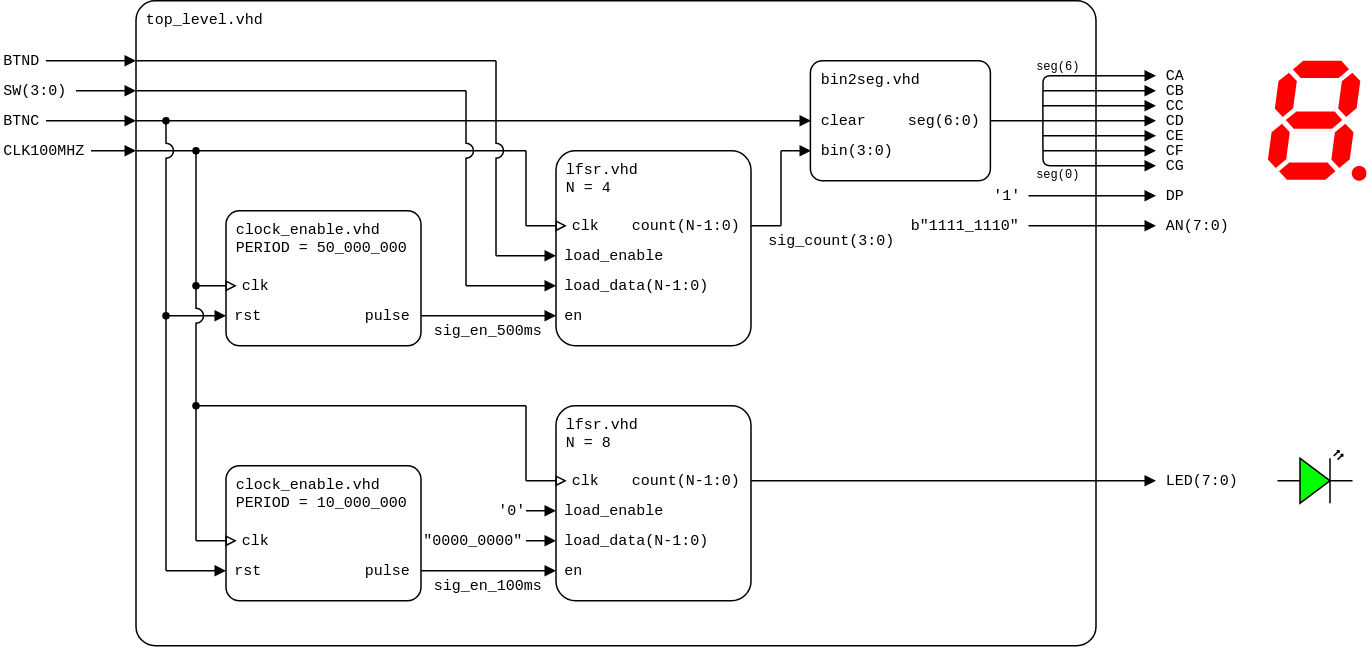
Above: lab6-lfsr/images/top-level_lfsr_n-bit_structure.png in tomas-fryza/vhdl-course (draw.io), before the change. Source tidied: cells renumbered, new cells last; positions are measured from the earlier drawing's top-left corner, leaving out a move shared by most shapes.
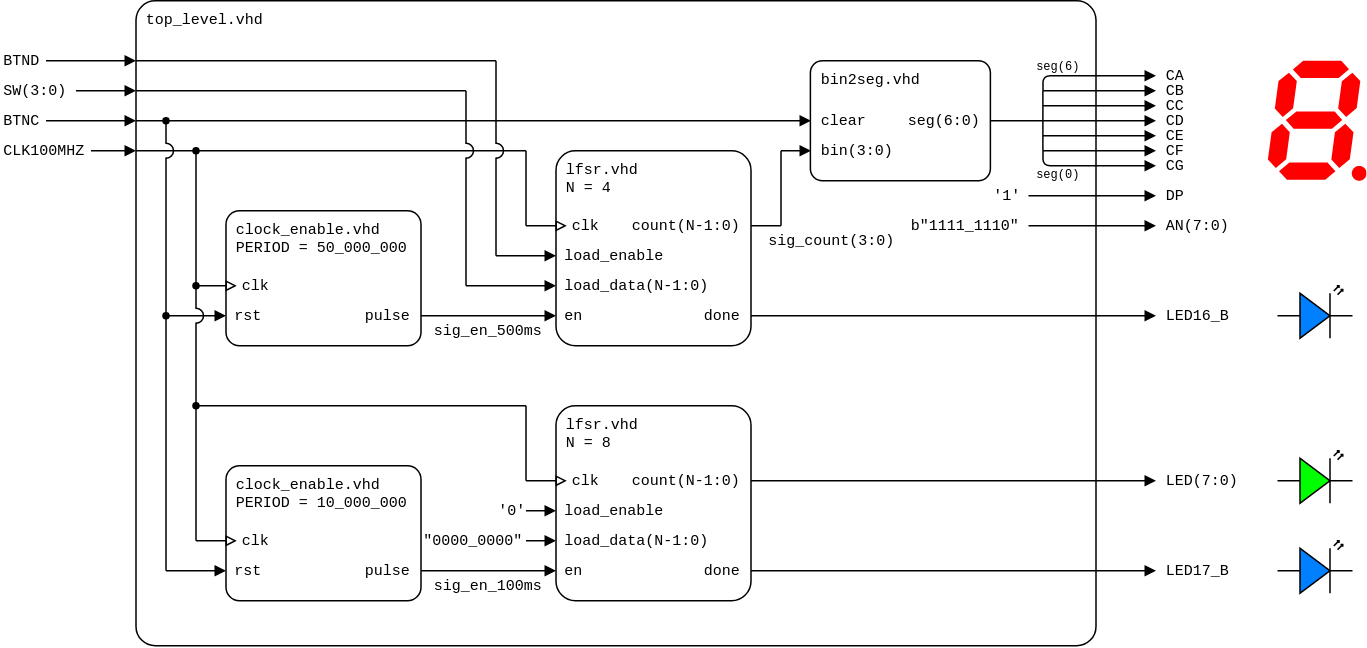
Above is the later version.

Commit message:
Done output added to top-level figures

What changed in the source:
```diff
@@ -471,5 +471,35 @@
     <mxCell id="105" value="&quot;0000_0000&quot;" style="text;html=1;align=left;verticalAlign=middle;whiteSpace=wrap;rounded=0;fontFamily=Courier New;fontSize=10;fillOpacity=100;spacing=2;spacingLeft=0;" parent="1" vertex="1">
       <mxGeometry x="280" y="350" width="70" height="20" as="geometry" />
     </mxCell>
+    <mxCell id="106" value="done" style="text;html=1;align=right;verticalAlign=middle;whiteSpace=wrap;rounded=0;fontFamily=Courier New;fontSize=10;fillOpacity=100;spacing=2;spacingRight=5;" parent="1" vertex="1">
+      <mxGeometry x="460" y="200" width="40" height="20" as="geometry" />
+    </mxCell>
+    <mxCell id="107" style="endArrow=block;html=1;rounded=0;endFill=1;orthogonal=1;endSize=5;startSize=5;" parent="1" edge="1">
+      <mxGeometry relative="1" as="geometry">
+        <mxPoint x="500" y="210" as="sourcePoint" />
+        <mxPoint x="770" y="210" as="targetPoint" />
+      </mxGeometry>
+    </mxCell>
+    <mxCell id="108" value="LED16_B" style="text;html=1;align=left;verticalAlign=middle;whiteSpace=wrap;rounded=0;fontFamily=Courier New;fontSize=10;fillOpacity=100;spacing=2;spacingLeft=5;" parent="1" vertex="1">
+      <mxGeometry x="770" y="200" width="70" height="20" as="geometry" />
+    </mxCell>
+    <mxCell id="109" style="verticalLabelPosition=bottom;shadow=0;dashed=0;align=center;html=1;verticalAlign=top;shape=mxgraph.electrical.opto_electronics.led_2;fillColor=#007FFF;" parent="1" vertex="1">
+      <mxGeometry x="851" y="190" width="50" height="35" as="geometry" />
+    </mxCell>
+    <mxCell id="110" value="done" style="text;html=1;align=right;verticalAlign=middle;whiteSpace=wrap;rounded=0;fontFamily=Courier New;fontSize=10;fillOpacity=100;spacing=2;spacingRight=5;" parent="1" vertex="1">
+      <mxGeometry x="460" y="370" width="40" height="20" as="geometry" />
+    </mxCell>
+    <mxCell id="111" style="endArrow=block;html=1;rounded=0;endFill=1;orthogonal=1;endSize=5;startSize=5;" parent="1" edge="1">
+      <mxGeometry relative="1" as="geometry">
+        <mxPoint x="500" y="380" as="sourcePoint" />
+        <mxPoint x="770" y="380" as="targetPoint" />
+      </mxGeometry>
+    </mxCell>
+    <mxCell id="112" value="LED17_B" style="text;html=1;align=left;verticalAlign=middle;whiteSpace=wrap;rounded=0;fontFamily=Courier New;fontSize=10;fillOpacity=100;spacing=2;spacingLeft=5;" parent="1" vertex="1">
+      <mxGeometry x="770" y="370" width="70" height="20" as="geometry" />
+    </mxCell>
+    <mxCell id="113" style="verticalLabelPosition=bottom;shadow=0;dashed=0;align=center;html=1;verticalAlign=top;shape=mxgraph.electrical.opto_electronics.led_2;fillColor=#007FFF;" parent="1" vertex="1">
+      <mxGeometry x="851" y="360" width="50" height="35" as="geometry" />
+    </mxCell>
   </root>
 </mxGraphModel>
```
